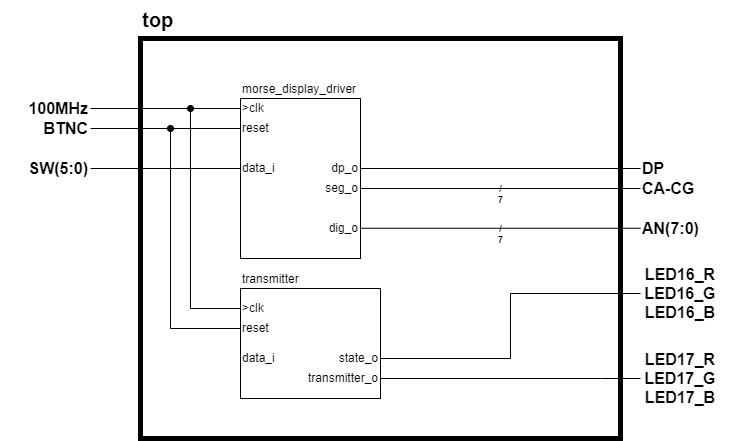
MusicalTester63/digital-electronics-1 keeps this draw.io diagram as project/images/top.png. Above is the earlier version. Source tidied: cells renumbered, new cells last; positions are measured from the earlier drawing's top-left corner, leaving out a move shared by most shapes. Its diagram source:
```xml
<mxGraphModel>
  <root>
    <mxCell id="0" />
    <mxCell id="1" parent="0" />
    <mxCell id="2" style="rounded=0;whiteSpace=wrap;html=1;labelBackgroundColor=none;fontFamily=Helvetica;fontSize=9;fillColor=default;strokeWidth=5;" parent="1" vertex="1">
      <mxGeometry x="140" y="38" width="480" height="400" as="geometry" />
    </mxCell>
    <mxCell id="3" style="edgeStyle=orthogonalEdgeStyle;rounded=0;jettySize=auto;html=1;exitX=0;exitY=0.5;exitDx=0;exitDy=0;endArrow=none;endFill=0;entryX=1;entryY=0.5;entryDx=0;entryDy=0;" parent="1" edge="1" source="20" target="16">
      <mxGeometry relative="1" as="geometry" />
    </mxCell>
    <mxCell id="4" style="endArrow=none;html=1;rounded=0;labelBackgroundColor=none;fontFamily=Helvetica;fontSize=9;entryX=0;entryY=0.5;entryDx=0;entryDy=0;exitX=1;exitY=0.5;exitDx=0;exitDy=0;" parent="1" edge="1" source="22" target="7">
      <mxGeometry relative="1" as="geometry" />
    </mxCell>
    <mxCell id="5" value="&lt;b&gt;/&lt;br&gt;7&lt;br&gt;&lt;/b&gt;" style="endArrow=none;html=1;rounded=0;labelBackgroundColor=none;fontFamily=Helvetica;fontSize=9;exitX=1;exitY=0.5;exitDx=0;exitDy=0;spacingTop=12;entryX=0;entryY=0.5;entryDx=0;entryDy=0;" parent="1" edge="1" source="25" target="6">
      <mxGeometry relative="1" as="geometry" />
    </mxCell>
    <mxCell id="6" value="CA-CG" style="text;html=1;strokeColor=none;fillColor=none;align=left;verticalAlign=middle;whiteSpace=wrap;rounded=0;labelBackgroundColor=none;fontFamily=Helvetica;fontSize=16;fontStyle=1;" parent="1" vertex="1">
      <mxGeometry x="640" y="178" width="90" height="20" as="geometry" />
    </mxCell>
    <mxCell id="7" value="DP" style="text;html=1;strokeColor=none;fillColor=none;align=left;verticalAlign=middle;whiteSpace=wrap;rounded=0;labelBackgroundColor=none;fontFamily=Helvetica;fontSize=16;fontStyle=1;" parent="1" vertex="1">
      <mxGeometry x="640" y="158" width="90" height="20" as="geometry" />
    </mxCell>
    <mxCell id="8" value="AN(7:0)" style="text;html=1;strokeColor=none;fillColor=none;align=left;verticalAlign=middle;whiteSpace=wrap;rounded=0;labelBackgroundColor=none;fontFamily=Helvetica;fontSize=16;fontStyle=1;" parent="1" vertex="1">
      <mxGeometry x="640" y="213" width="90" height="30" as="geometry" />
    </mxCell>
    <mxCell id="9" style="edgeStyle=orthogonalEdgeStyle;rounded=0;jettySize=auto;html=1;exitX=0;exitY=0.5;exitDx=0;exitDy=0;endArrow=none;endFill=0;entryX=1;entryY=0.5;entryDx=0;entryDy=0;" parent="1" edge="1" source="23" target="17">
      <mxGeometry relative="1" as="geometry" />
    </mxCell>
    <mxCell id="10" style="edgeStyle=orthogonalEdgeStyle;rounded=0;jettySize=auto;html=1;exitX=0;exitY=0.5;exitDx=0;exitDy=0;entryX=1;entryY=0.5;entryDx=0;entryDy=0;endArrow=none;endFill=0;" parent="1" edge="1" source="24" target="15">
      <mxGeometry relative="1" as="geometry" />
    </mxCell>
    <mxCell id="11" style="endArrow=none;html=1;rounded=0;edgeStyle=elbowEdgeStyle;entryX=0;entryY=0.5;entryDx=0;entryDy=0;fontSize=16;exitX=1;exitY=0.5;exitDx=0;exitDy=0;" parent="1" edge="1" source="35" target="14">
      <mxGeometry relative="1" as="geometry">
        <Array as="points">
          <mxPoint x="600" y="378" />
          <mxPoint x="570" y="378" />
        </Array>
      </mxGeometry>
    </mxCell>
    <mxCell id="12" style="edgeStyle=orthogonalEdgeStyle;rounded=0;jettySize=auto;html=1;exitX=0;exitY=0.5;exitDx=0;exitDy=0;fontSize=16;endArrow=none;endFill=0;entryX=1;entryY=0.5;entryDx=0;entryDy=0;" parent="1" edge="1" source="13" target="32">
      <mxGeometry relative="1" as="geometry" />
    </mxCell>
    <mxCell id="13" value="&lt;font style=&quot;font-size: 16px&quot;&gt;LED16_R&lt;br&gt;LED16_G&lt;br&gt;LED16_B&lt;/font&gt;" style="text;html=1;strokeColor=none;fillColor=none;align=center;verticalAlign=middle;whiteSpace=wrap;rounded=0;fontSize=16;fontStyle=1;" parent="1" vertex="1">
      <mxGeometry x="640" y="258" width="80" height="70" as="geometry" />
    </mxCell>
    <mxCell id="14" value="LED17_R&lt;br style=&quot;font-size: 16px;&quot;&gt;LED17_G&lt;br style=&quot;font-size: 16px;&quot;&gt;LED17_B" style="text;html=1;strokeColor=none;fillColor=none;align=center;verticalAlign=middle;whiteSpace=wrap;rounded=0;fontSize=16;fontStyle=1;" parent="1" vertex="1">
      <mxGeometry x="640" y="343" width="80" height="70" as="geometry" />
    </mxCell>
    <mxCell id="15" value="100MHz" style="text;html=1;strokeColor=none;fillColor=none;align=right;verticalAlign=middle;whiteSpace=wrap;rounded=0;labelBackgroundColor=none;fontSize=16;fontStyle=1;" parent="1" vertex="1">
      <mxGeometry y="98" width="90" height="20" as="geometry" />
    </mxCell>
    <mxCell id="16" value="BTNC" style="text;html=1;strokeColor=none;fillColor=none;align=right;verticalAlign=middle;whiteSpace=wrap;rounded=0;labelBackgroundColor=none;fontSize=16;fontStyle=1;" parent="1" vertex="1">
      <mxGeometry y="118" width="90" height="20" as="geometry" />
    </mxCell>
    <mxCell id="17" value="SW(5:0)" style="text;html=1;strokeColor=none;fillColor=none;align=right;verticalAlign=middle;whiteSpace=wrap;rounded=0;labelBackgroundColor=none;fontSize=16;fontStyle=1;" parent="1" vertex="1">
      <mxGeometry y="158" width="90" height="20" as="geometry" />
    </mxCell>
    <mxCell id="18" style="group;" parent="1" vertex="1">
      <mxGeometry x="240" y="78" width="120" height="180" as="geometry" />
    </mxCell>
    <mxCell id="19" style="rounded=0;whiteSpace=wrap;html=1;" parent="18" vertex="1">
      <mxGeometry y="20" width="120" height="160" as="geometry" />
    </mxCell>
    <mxCell id="20" value="reset" style="text;html=1;strokeColor=none;fillColor=none;align=left;verticalAlign=middle;whiteSpace=wrap;rounded=0;" parent="18" vertex="1">
      <mxGeometry y="40" width="60" height="20" as="geometry" />
    </mxCell>
    <mxCell id="21" value="morse_display_driver" style="text;html=1;strokeColor=none;fillColor=none;align=left;verticalAlign=bottom;whiteSpace=wrap;rounded=0;" parent="18" vertex="1">
      <mxGeometry width="120" height="20" as="geometry" />
    </mxCell>
    <mxCell id="22" value="dp_o" style="text;html=1;strokeColor=none;fillColor=none;align=right;verticalAlign=middle;whiteSpace=wrap;rounded=0;" parent="18" vertex="1">
      <mxGeometry x="60" y="80" width="60" height="20" as="geometry" />
    </mxCell>
    <mxCell id="23" value="data_i" style="text;html=1;strokeColor=none;fillColor=none;align=left;verticalAlign=middle;whiteSpace=wrap;rounded=0;" parent="18" vertex="1">
      <mxGeometry y="80" width="60" height="20" as="geometry" />
    </mxCell>
    <mxCell id="24" value="&amp;gt;clk" style="text;html=1;strokeColor=none;fillColor=none;align=left;verticalAlign=middle;whiteSpace=wrap;rounded=0;" parent="18" vertex="1">
      <mxGeometry y="20" width="60" height="20" as="geometry" />
    </mxCell>
    <mxCell id="25" value="seg_o" style="text;html=1;strokeColor=none;fillColor=none;align=right;verticalAlign=middle;whiteSpace=wrap;rounded=0;" parent="18" vertex="1">
      <mxGeometry x="60" y="100" width="60" height="20" as="geometry" />
    </mxCell>
    <mxCell id="26" value="dig_o" style="text;html=1;strokeColor=none;fillColor=none;align=right;verticalAlign=middle;whiteSpace=wrap;rounded=0;" parent="18" vertex="1">
      <mxGeometry x="60" y="140" width="60" height="20" as="geometry" />
    </mxCell>
    <mxCell id="27" style="edgeStyle=orthogonalEdgeStyle;rounded=0;jettySize=auto;html=1;exitX=0;exitY=0.5;exitDx=0;exitDy=0;endArrow=oval;endFill=1;" parent="1" edge="1" source="34">
      <mxGeometry relative="1" as="geometry">
        <mxPoint x="190" y="108" as="targetPoint" />
      </mxGeometry>
    </mxCell>
    <mxCell id="28" style="edgeStyle=orthogonalEdgeStyle;rounded=0;jettySize=auto;html=1;exitX=0;exitY=0.5;exitDx=0;exitDy=0;endArrow=oval;endFill=1;" parent="1" edge="1" source="30">
      <mxGeometry relative="1" as="geometry">
        <mxPoint x="170" y="128" as="targetPoint" />
        <Array as="points">
          <mxPoint x="170" y="328" />
        </Array>
      </mxGeometry>
    </mxCell>
    <mxCell id="29" style="rounded=0;whiteSpace=wrap;html=1;" parent="1" vertex="1">
      <mxGeometry x="240" y="288" width="140" height="110" as="geometry" />
    </mxCell>
    <mxCell id="30" value="reset" style="text;html=1;strokeColor=none;fillColor=none;align=left;verticalAlign=middle;whiteSpace=wrap;rounded=0;" parent="1" vertex="1">
      <mxGeometry x="240" y="318" width="80" height="20" as="geometry" />
    </mxCell>
    <mxCell id="31" value="transmitter" style="text;html=1;strokeColor=none;fillColor=none;align=left;verticalAlign=bottom;whiteSpace=wrap;rounded=0;" parent="1" vertex="1">
      <mxGeometry x="240" y="268" width="140" height="20" as="geometry" />
    </mxCell>
    <mxCell id="32" value="state_o" style="text;html=1;strokeColor=none;fillColor=none;align=right;verticalAlign=middle;whiteSpace=wrap;rounded=0;" parent="1" vertex="1">
      <mxGeometry x="320" y="348" width="60" height="20" as="geometry" />
    </mxCell>
    <mxCell id="33" value="data_i" style="text;html=1;strokeColor=none;fillColor=none;align=left;verticalAlign=middle;whiteSpace=wrap;rounded=0;" parent="1" vertex="1">
      <mxGeometry x="240" y="348" width="80" height="20" as="geometry" />
    </mxCell>
    <mxCell id="34" value="&amp;gt;clk" style="text;html=1;strokeColor=none;fillColor=none;align=left;verticalAlign=middle;whiteSpace=wrap;rounded=0;" parent="1" vertex="1">
      <mxGeometry x="240" y="298" width="80" height="20" as="geometry" />
    </mxCell>
    <mxCell id="35" value="transmitter_o" style="text;html=1;strokeColor=none;fillColor=none;align=right;verticalAlign=middle;whiteSpace=wrap;rounded=0;" parent="1" vertex="1">
      <mxGeometry x="300" y="368" width="80" height="20" as="geometry" />
    </mxCell>
    <mxCell id="36" value="&lt;b&gt;&lt;font style=&quot;font-size: 20px&quot;&gt;top&lt;/font&gt;&lt;/b&gt;" style="text;html=1;strokeColor=none;fillColor=none;align=left;verticalAlign=middle;whiteSpace=wrap;rounded=0;labelBackgroundColor=none;fontFamily=Helvetica;fontSize=13;" parent="1" vertex="1">
      <mxGeometry x="140" y="0.2" width="480" height="37.9" as="geometry" />
    </mxCell>
    <mxCell id="37" value="&lt;b&gt;/&lt;br&gt;7&lt;br&gt;&lt;/b&gt;" style="endArrow=none;html=1;rounded=0;labelBackgroundColor=none;fontFamily=Helvetica;fontSize=9;exitX=1;exitY=0.5;exitDx=0;exitDy=0;spacingTop=12;entryX=0;entryY=0.5;entryDx=0;entryDy=0;" parent="1" edge="1">
      <mxGeometry relative="1" as="geometry">
        <mxPoint x="360" y="227.8" as="sourcePoint" />
        <mxPoint x="640" y="227.8" as="targetPoint" />
      </mxGeometry>
    </mxCell>
  </root>
</mxGraphModel>
```
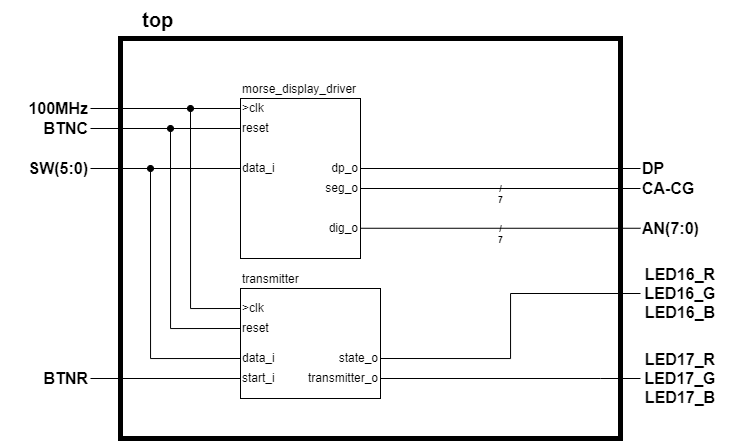
The same file after the commit.

Commit message:
fixed top scheme

Change to the diagram source:
```diff
@@ -3,7 +3,7 @@
     <mxCell id="0" />
     <mxCell id="1" parent="0" />
     <mxCell id="2" style="rounded=0;whiteSpace=wrap;html=1;labelBackgroundColor=none;fontFamily=Helvetica;fontSize=9;fillColor=default;strokeWidth=5;" parent="1" vertex="1">
-      <mxGeometry x="140" y="38" width="480" height="400" as="geometry" />
+      <mxGeometry x="120" y="38" width="500" height="400" as="geometry" />
     </mxCell>
     <mxCell id="3" style="edgeStyle=orthogonalEdgeStyle;rounded=0;jettySize=auto;html=1;exitX=0;exitY=0.5;exitDx=0;exitDy=0;endArrow=none;endFill=0;entryX=1;entryY=0.5;entryDx=0;entryDy=0;" parent="1" edge="1" source="20" target="16">
       <mxGeometry relative="1" as="geometry" />
@@ -107,6 +107,11 @@
     <mxCell id="32" value="state_o" style="text;html=1;strokeColor=none;fillColor=none;align=right;verticalAlign=middle;whiteSpace=wrap;rounded=0;" parent="1" vertex="1">
       <mxGeometry x="320" y="348" width="60" height="20" as="geometry" />
     </mxCell>
+    <mxCell id="38" style="edgeStyle=orthogonalEdgeStyle;rounded=0;jettySize=auto;html=1;exitX=0;exitY=0.5;exitDx=0;exitDy=0;endArrow=oval;endFill=1;" parent="1" edge="1" source="33">
+      <mxGeometry relative="1" as="geometry">
+        <mxPoint x="150" y="168" as="targetPoint" />
+      </mxGeometry>
+    </mxCell>
     <mxCell id="33" value="data_i" style="text;html=1;strokeColor=none;fillColor=none;align=left;verticalAlign=middle;whiteSpace=wrap;rounded=0;" parent="1" vertex="1">
       <mxGeometry x="240" y="348" width="80" height="20" as="geometry" />
     </mxCell>
@@ -125,5 +130,14 @@
         <mxPoint x="640" y="227.8" as="targetPoint" />
       </mxGeometry>
     </mxCell>
+    <mxCell id="39" value="BTNR" style="text;html=1;strokeColor=none;fillColor=none;align=right;verticalAlign=middle;whiteSpace=wrap;rounded=0;labelBackgroundColor=none;fontSize=16;fontStyle=1;" parent="1" vertex="1">
+      <mxGeometry y="368" width="90" height="20" as="geometry" />
+    </mxCell>
+    <mxCell id="40" style="edgeStyle=orthogonalEdgeStyle;rounded=0;jettySize=auto;html=1;exitX=0;exitY=0.5;exitDx=0;exitDy=0;entryX=1;entryY=0.5;entryDx=0;entryDy=0;endArrow=none;endFill=0;" parent="1" edge="1" source="41" target="39">
+      <mxGeometry relative="1" as="geometry" />
+    </mxCell>
+    <mxCell id="41" value="start_i" style="text;html=1;strokeColor=none;fillColor=none;align=left;verticalAlign=middle;whiteSpace=wrap;rounded=0;" parent="1" vertex="1">
+      <mxGeometry x="240" y="368" width="60" height="20" as="geometry" />
+    </mxCell>
   </root>
 </mxGraphModel>
```
